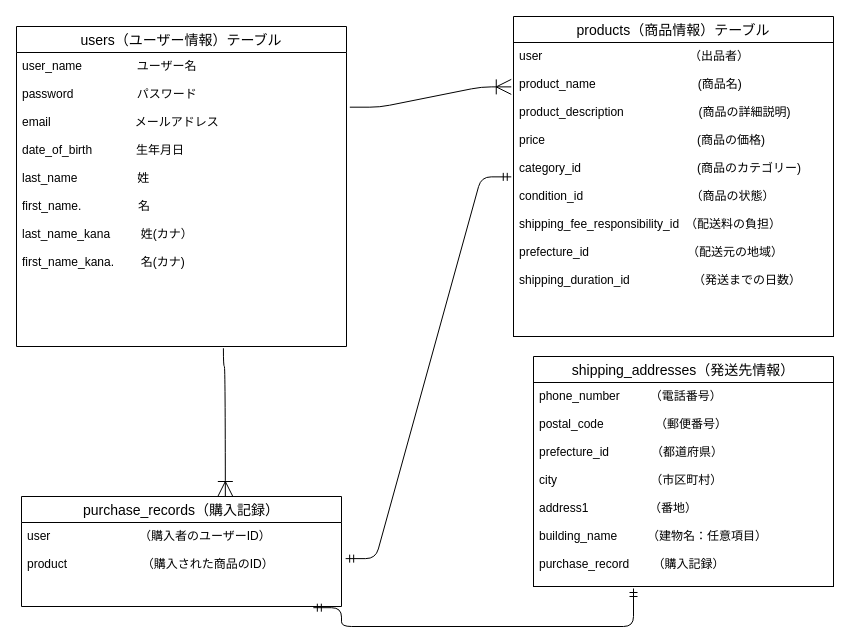
Earlier version of the draw.io diagram test.dio (yoshimune1126/furima-41310). Source tidied: cells renumbered, new cells numbered last; positions are measured from the earlier drawing's top-left corner, leaving out a move shared by most shapes. Both pictures are drawn from the tidied source at 100%, with x=0, y=0 at pixel (16, 16).
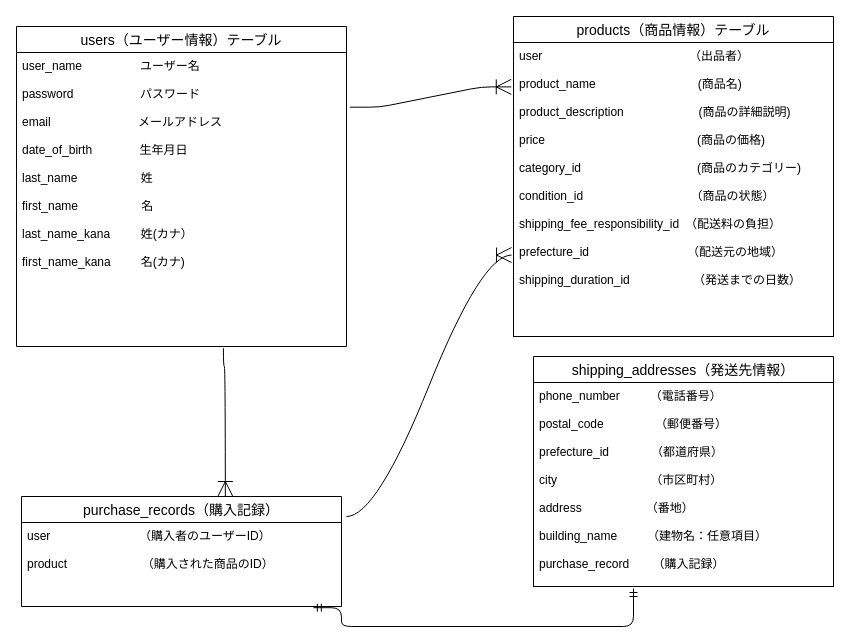
Above is the later version.

Commit message (it also covers changes not shown here):
ER図とREADMEの修正4回目

The change refers to these unchanged cells:
```xml
<mxCell id="3" value="users（ユーザー情報）テーブル" style="swimlane;fontStyle=0;horizontal=1;startSize=26;align=center;fontSize=14;labelBackgroundColor=none;fillColor=default;" parent="1" vertex="1">
  <mxGeometry y="10" width="330" height="320" as="geometry" />
</mxCell>
<mxCell id="6" value="user                                            （出品者）&#10;&#10;product_name 　　　　  　     　 (商品名)&#10;&#10;product_description 　　　   　    (商品の詳細説明)&#10;&#10;price 　　　　　　　　　　     　(商品の価格)&#10;　　&#10;category_id　　　　　　　     　 (商品のカテゴリー)&#10;&#10;condition_id　　　　　　　       （商品の状態）&#10;&#10;shipping_fee_responsibility_id　（配送料の負担）&#10;&#10;prefecture_id　　　　　　      　（配送元の地域）&#10;&#10;shipping_duration_id　　　　　 （発送までの日数）　" style="text;strokeColor=default;fillColor=none;spacingLeft=4;spacingRight=4;overflow=hidden;points=[[0,0.5],[1,0.5]];portConstraint=eastwest;fontSize=12;labelBackgroundColor=none;labelBorderColor=none;" parent="5" vertex="1">
  <mxGeometry y="26" width="320" height="294" as="geometry" />
</mxCell>
<mxCell id="7" value="shipping_addresses（発送先情報）" style="swimlane;fontStyle=0;horizontal=1;startSize=26;align=center;fontSize=14;labelBackgroundColor=none;labelBorderColor=none;strokeColor=default;fillColor=default;" parent="1" vertex="1">
  <mxGeometry x="517" y="340" width="300" height="230" as="geometry" />
</mxCell>
<mxCell id="10" value="user　　　　　　     （購入者のユーザーID）&#10;&#10;product 　　　　       （購入された商品のID）&#10;&#10;&#10;&#10;&#10;&#10;&#10;" style="text;strokeColor=none;fillColor=none;spacingLeft=4;spacingRight=4;overflow=hidden;points=[[0,0.5],[1,0.5]];portConstraint=eastwest;fontSize=12;labelBackgroundColor=none;" parent="9" vertex="1">
  <mxGeometry y="26" width="320" height="84" as="geometry" />
</mxCell>
```

Diff of the diagram source:
```diff
@@
-    <mxCell id="4" value="user_name 　　　　 ユーザー名&#10;&#10;password 　　　　　パスワード&#10;&#10;email　　　　　　　メールアドレス&#10;&#10;date_of_birth     　　 生年月日&#10;　&#10;last_name　　　　　姓&#10;&#10;first_name.                 名&#10;&#10;last_name_kana　　  姓(カナ）&#10;&#10;first_name_kana.        名(カナ)&#10;" style="text;strokeColor=none;fillColor=none;spacingLeft=4;spacingRight=4;overflow=hidden;points=[[0,0.5],[1,0.5]];portConstraint=eastwest;fontSize=12;" parent="3" vertex="1">
+    <mxCell id="4" value="user_name 　　　 　 ユーザー名&#10;&#10;password 　　　　 　パスワード&#10;&#10;email　　　　　　 　メールアドレス&#10;&#10;date_of_birth     　　  生年月日&#10;　&#10;last_name　　　　 　姓&#10;&#10;first_name                   名&#10;&#10;last_name_kana　　  姓(カナ）&#10;&#10;first_name_kana         名(カナ)&#10;" style="text;strokeColor=none;fillColor=none;spacingLeft=4;spacingRight=4;overflow=hidden;points=[[0,0.5],[1,0.5]];portConstraint=eastwest;fontSize=12;" parent="3" vertex="1">
       <mxGeometry y="26" width="330" height="294" as="geometry" />
     </mxCell>
@@
-    <mxCell id="8" value="phone_number　　　（電話番号）&#10;&#10;postal_code　　　　 （郵便番号）&#10;&#10;prefecture_id　　　　（都道府県）&#10;&#10;city　　　　　　　 　（市区町村）&#10;&#10;address1　　　　  　（番地）      &#10;&#10;building_name　　　（建物名：任意項目）&#10;&#10;purchase_record       （購入記録）" style="text;strokeColor=default;fillColor=none;spacingLeft=4;spacingRight=4;overflow=hidden;fontSize=12;labelBackgroundColor=none;labelBorderColor=none;" parent="7" vertex="1">
+    <mxCell id="8" value="phone_number　　　（電話番号）&#10;&#10;postal_code　　　　 （郵便番号）&#10;&#10;prefecture_id　　　　（都道府県）&#10;&#10;city　　　　　　　 　（市区町村）&#10;&#10;address 　　　　  　（番地）      &#10;&#10;building_name　　　（建物名：任意項目）&#10;&#10;purchase_record       （購入記録）" style="text;strokeColor=default;fillColor=none;spacingLeft=4;spacingRight=4;overflow=hidden;fontSize=12;labelBackgroundColor=none;labelBorderColor=none;" parent="7" vertex="1">
       <mxGeometry y="26" width="300" height="204" as="geometry" />
     </mxCell>
@@
-    <mxCell id="11" style="edgeStyle=entityRelationEdgeStyle;fontSize=12;html=1;endArrow=ERmandOne;startArrow=ERmandOne;exitX=1.013;exitY=0.43;exitDx=0;exitDy=0;exitPerimeter=0;entryX=-0.007;entryY=0.457;entryDx=0;entryDy=0;entryPerimeter=0;" parent="1" edge="1" source="10" target="6">
-      <mxGeometry relative="1" as="geometry" />
-    </mxCell>
@@
+    <mxCell id="15" style="edgeStyle=entityRelationEdgeStyle;fontSize=12;html=1;endArrow=ERoneToMany;endSize=13;curved=1;entryX=-0.006;entryY=0.723;entryDx=0;entryDy=0;entryPerimeter=0;" parent="1" edge="1" target="6">
+      <mxGeometry relative="1" as="geometry">
+        <mxPoint x="330" y="500" as="sourcePoint" />
+      </mxGeometry>
+    </mxCell>
```
